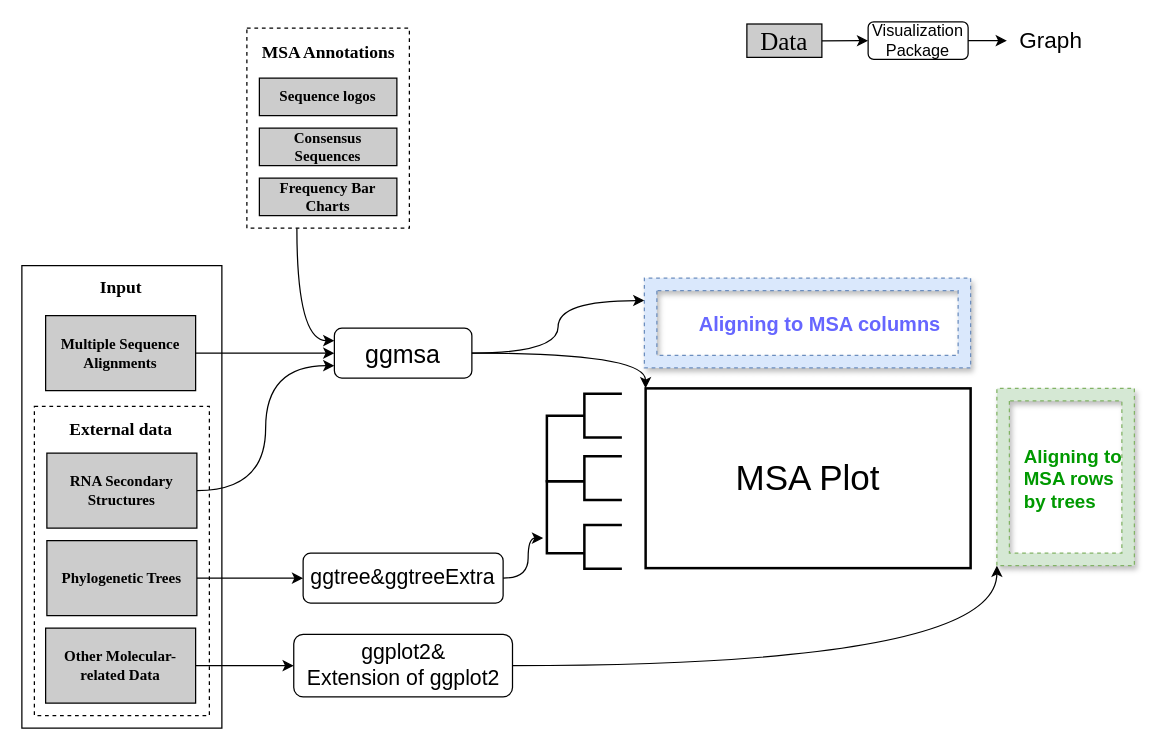
YuLab-SMU/supplemental-ggmsa keeps this draw.io diagram as draw.io/software_ecosystem.drawio. Above is the earlier version. Source tidied: cells renumbered, new cells numbered last; positions are measured from the earlier drawing's top-left corner, leaving out a move shared by most shapes. Both pictures are drawn from the tidied source at 125%, with x=0, y=0 at pixel (21, 21).
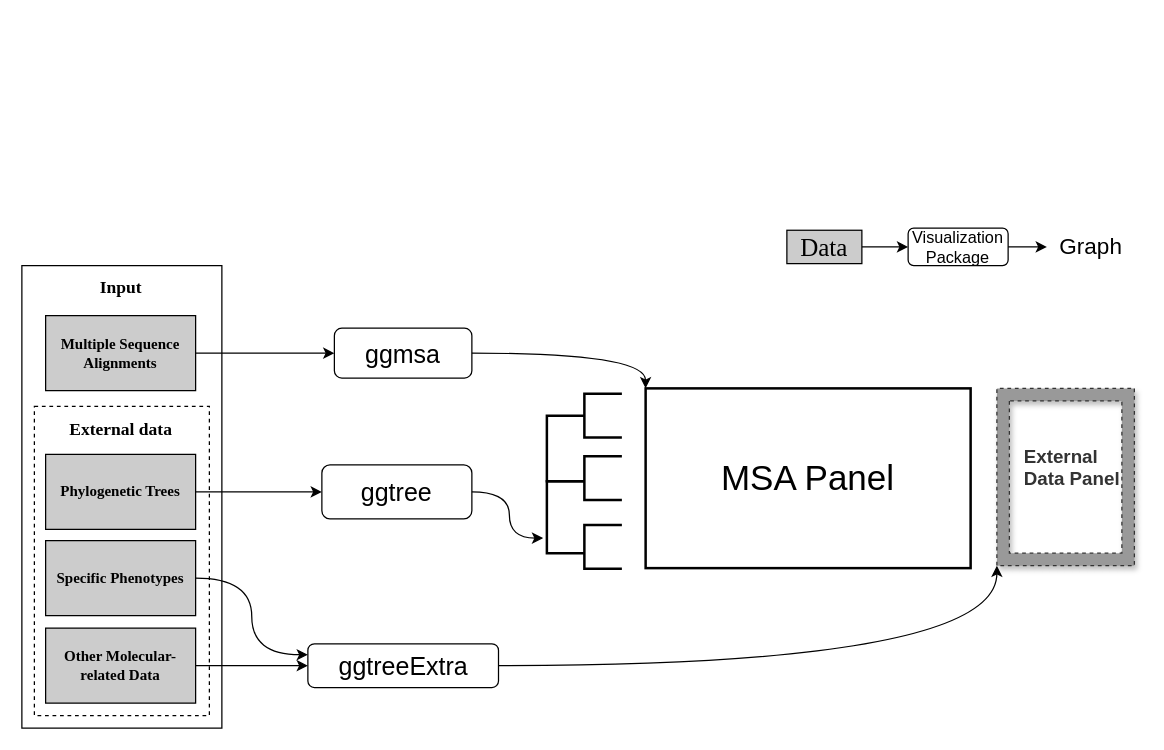
The same diagram, later.

Unchanged cells that the change refers to:
```xml
<mxCell id="16" value="&lt;font style=&quot;font-size: 20px&quot;&gt;ggmsa&lt;/font&gt;" style="rounded=1;whiteSpace=wrap;html=1;fillColor=none;strokeColor=#000000;" parent="1" vertex="1">
  <mxGeometry x="250" y="245" width="110" height="40" as="geometry" />
</mxCell>
<mxCell id="23" style="group;" parent="1" vertex="1">
  <mxGeometry x="420" y="205" width="470" height="232.5" as="geometry" />
</mxCell>
<mxCell id="34" style="group;" parent="23" vertex="1">
  <mxGeometry x="360" y="88.2" width="110" height="141.8" as="geometry" />
</mxCell>
```

Change to the diagram source:
```diff
@@
-    <mxCell id="2" style="edgeStyle=orthogonalEdgeStyle;curved=1;jettySize=auto;html=1;entryX=0;entryY=0.25;entryDx=0;entryDy=0;" parent="1" edge="1" source="3" target="16">
-      <mxGeometry relative="1" as="geometry">
-        <Array as="points">
-          <mxPoint x="220" y="255" />
-        </Array>
-      </mxGeometry>
-    </mxCell>
-    <mxCell id="3" style="verticalLabelPosition=bottom;verticalAlign=top;html=1;shape=mxgraph.basic.rect;fillColor2=none;strokeWidth=1;size=20;indent=5;fillColor=none;dashed=1;" parent="1" vertex="1">
-      <mxGeometry x="180" y="5" width="130" height="160" as="geometry" />
-    </mxCell>
@@
-    <mxCell id="6" style="edgeStyle=orthogonalEdgeStyle;curved=1;jettySize=auto;html=1;exitX=1;exitY=0.5;exitDx=0;exitDy=0;entryX=0;entryY=0.75;entryDx=0;entryDy=0;" parent="1" edge="1" source="7" target="16">
-      <mxGeometry relative="1" as="geometry" />
-    </mxCell>
-    <mxCell id="7" value="&lt;font face=&quot;Times New Roman&quot;&gt;&lt;b&gt;RNA Secondary Structures&lt;/b&gt;&lt;/font&gt;" style="rounded=0;whiteSpace=wrap;html=1;fillColor=#CCCCCC;" parent="1" vertex="1">
-      <mxGeometry x="20" y="345" width="120" height="60" as="geometry" />
-    </mxCell>
@@
     <mxCell id="11" value="&lt;font face=&quot;Times New Roman&quot;&gt;&lt;b&gt;Phylogenetic Trees&lt;/b&gt;&lt;/font&gt;" style="rounded=0;whiteSpace=wrap;html=1;fillColor=#CCCCCC;" parent="1" vertex="1">
-      <mxGeometry x="20" y="415" width="120" height="60" as="geometry" />
+      <mxGeometry x="19" y="346" width="120" height="60" as="geometry" />
     </mxCell>
@@
-    <mxCell id="15" style="edgeStyle=orthogonalEdgeStyle;curved=1;jettySize=auto;html=1;entryX=0;entryY=0;entryDx=0;entryDy=17.9375;entryPerimeter=0;" parent="1" edge="1" source="16" target="32">
-      <mxGeometry relative="1" as="geometry" />
-    </mxCell>
@@
-    <mxCell id="18" value="&lt;font style=&quot;font-size: 17px&quot;&gt;ggtree&amp;amp;ggtreeExtra&lt;/font&gt;" style="rounded=1;whiteSpace=wrap;html=1;strokeColor=#000000;fillColor=none;" parent="1" vertex="1">
-      <mxGeometry x="225" y="425" width="160" height="40" as="geometry" />
+    <mxCell id="18" value="&lt;font style=&quot;font-size: 20px&quot;&gt;ggtree&lt;/font&gt;" style="rounded=1;whiteSpace=wrap;html=1;strokeColor=#000000;fillColor=none;" parent="1" vertex="1">
+      <mxGeometry x="240" y="354.4" width="120" height="43.2" as="geometry" />
     </mxCell>
@@
-    <mxCell id="20" value="&lt;font style=&quot;font-size: 17px&quot;&gt;ggplot2&amp;amp;&lt;br&gt;Extension of ggplot2&lt;/font&gt;" style="rounded=1;whiteSpace=wrap;html=1;strokeColor=#000000;fillColor=none;" parent="1" vertex="1">
-      <mxGeometry x="217.5" y="490" width="175" height="50" as="geometry" />
+    <mxCell id="20" value="&lt;font style=&quot;font-size: 20px&quot;&gt;ggtreeExtra&lt;/font&gt;" style="rounded=1;whiteSpace=wrap;html=1;strokeColor=#000000;fillColor=none;" parent="1" vertex="1">
+      <mxGeometry x="228.8" y="497.5" width="152.5" height="35" as="geometry" />
     </mxCell>
@@
     <mxCell id="22" value="&lt;font face=&quot;Times New Roman&quot; style=&quot;font-size: 20px&quot;&gt;Data&lt;/font&gt;" style="rounded=0;whiteSpace=wrap;html=1;fillColor=#CCCCCC;" parent="1" vertex="1">
-      <mxGeometry x="580" y="1.7" width="60" height="26.7" as="geometry" />
+      <mxGeometry x="612" y="166.7" width="60" height="26.7" as="geometry" />
     </mxCell>
@@
-    <mxCell id="30" value="&lt;font style=&quot;font-size: 28px&quot;&gt;MSA Plot&lt;/font&gt;" style="rounded=0;whiteSpace=wrap;html=1;strokeColor=#000000;strokeWidth=2;fillColor=none;" parent="23" vertex="1">
+    <mxCell id="30" value="&lt;font style=&quot;font-size: 28px&quot;&gt;MSA Panel&lt;/font&gt;" style="rounded=0;whiteSpace=wrap;html=1;strokeColor=#000000;strokeWidth=2;fillColor=none;" parent="23" vertex="1">
       <mxGeometry x="79" y="88.2" width="260" height="143.8" as="geometry" />
     </mxCell>
-    <mxCell id="31" style="group;" parent="23" vertex="1">
-      <mxGeometry x="78" width="261" height="71.8" as="geometry" />
-    </mxCell>
-    <mxCell id="32" style="verticalLabelPosition=bottom;verticalAlign=top;html=1;shape=mxgraph.basic.frame;dx=10;strokeColor=#6c8ebf;fillColor=#dae8fc;shadow=1;dashed=1;" parent="31" vertex="1">
-      <mxGeometry width="261" height="71.8" as="geometry" />
-    </mxCell>
-    <mxCell id="33" value="&lt;font color=&quot;#6666ff&quot; style=&quot;font-size: 16px&quot;&gt;&lt;b&gt;Aligning to&amp;nbsp;MSA columns&lt;/b&gt;&lt;/font&gt;" style="text;html=1;" parent="31" vertex="1">
-      <mxGeometry x="42" y="20.9" width="160" height="30" as="geometry" />
-    </mxCell>
@@
-    <mxCell id="35" style="verticalLabelPosition=bottom;verticalAlign=top;html=1;shape=mxgraph.basic.frame;dx=10;strokeColor=#82b366;fillColor=#d5e8d4;shadow=1;dashed=1;" parent="34" vertex="1">
+    <mxCell id="35" style="verticalLabelPosition=bottom;verticalAlign=top;html=1;shape=mxgraph.basic.frame;dx=10;strokeColor=#333333;fillColor=#999999;shadow=1;dashed=1;" parent="34" vertex="1">
       <mxGeometry width="110" height="141.8" as="geometry" />
     </mxCell>
-    <mxCell id="36" value="&lt;span style=&quot;font-size: 15px&quot;&gt;&lt;font color=&quot;#009900&quot;&gt;&lt;b&gt;Aligning to&amp;nbsp;&lt;br&gt;MSA rows&amp;nbsp;&lt;br&gt;by trees&lt;/b&gt;&lt;/font&gt;&lt;/span&gt;" style="text;html=1;" parent="34" vertex="1">
+    <mxCell id="36" value="&lt;span style=&quot;font-size: 15px&quot;&gt;&lt;b&gt;&lt;font color=&quot;#333333&quot;&gt;External &lt;br&gt;Data Panel&lt;br&gt;&lt;/font&gt;&lt;/b&gt;&lt;/span&gt;" style="text;html=1;" parent="34" vertex="1">
       <mxGeometry x="20" y="38.9" width="80" height="65.9" as="geometry" />
     </mxCell>
@@
-    <mxCell id="39" value="&lt;font face=&quot;Times New Roman&quot;&gt;&lt;b&gt;Sequence logos&lt;/b&gt;&lt;/font&gt;" style="rounded=0;whiteSpace=wrap;html=1;fillColor=#CCCCCC;" parent="1" vertex="1">
-      <mxGeometry x="190" y="45" width="110" height="30" as="geometry" />
-    </mxCell>
-    <mxCell id="40" value="&lt;font face=&quot;Times New Roman&quot;&gt;&lt;b&gt;Consensus Sequences&lt;/b&gt;&lt;/font&gt;" style="rounded=0;whiteSpace=wrap;html=1;fillColor=#CCCCCC;" parent="1" vertex="1">
-      <mxGeometry x="190" y="85" width="110" height="30" as="geometry" />
-    </mxCell>
-    <mxCell id="41" value="&lt;font face=&quot;Times New Roman&quot;&gt;&lt;b&gt;Frequency Bar Charts&lt;/b&gt;&lt;/font&gt;" style="rounded=0;whiteSpace=wrap;html=1;fillColor=#CCCCCC;" parent="1" vertex="1">
-      <mxGeometry x="190" y="125" width="110" height="30" as="geometry" />
-    </mxCell>
-    <mxCell id="42" value="&lt;font style=&quot;font-size: 14px&quot; face=&quot;Times New Roman&quot;&gt;&lt;b&gt;MSA Annotations&lt;/b&gt;&lt;/font&gt;" style="text;html=1;align=center;verticalAlign=middle;" parent="1" vertex="1">
-      <mxGeometry x="185" y="15" width="120" height="20" as="geometry" />
-    </mxCell>
@@
     <mxCell id="44" value="&lt;font style=&quot;font-size: 13px&quot;&gt;Visualization&lt;br&gt;Package&lt;/font&gt;" style="rounded=1;whiteSpace=wrap;html=1;fillColor=none;strokeColor=#000000;" parent="1" vertex="1">
-      <mxGeometry x="677" width="80" height="30" as="geometry" />
+      <mxGeometry x="709" y="165" width="80" height="30" as="geometry" />
     </mxCell>
     <mxCell id="45" value="&lt;font style=&quot;font-size: 18px&quot;&gt;Graph&lt;/font&gt;" style="text;html=1;align=center;verticalAlign=middle;points=[];" parent="1" vertex="1">
-      <mxGeometry x="788" y="5" width="70" height="20" as="geometry" />
+      <mxGeometry x="820" y="170" width="70" height="20" as="geometry" />
     </mxCell>
+    <mxCell id="46" style="edgeStyle=orthogonalEdgeStyle;jettySize=auto;html=1;entryX=0;entryY=0.25;entryDx=0;entryDy=0;curved=1;" parent="1" edge="1" source="47" target="20">
+      <mxGeometry relative="1" as="geometry" />
+    </mxCell>
+    <mxCell id="47" value="&lt;font face=&quot;Times New Roman&quot;&gt;&lt;b&gt;Specific Phenotypes&lt;/b&gt;&lt;/font&gt;" style="rounded=0;whiteSpace=wrap;html=1;fillColor=#CCCCCC;" parent="1" vertex="1">
+      <mxGeometry x="19" y="415" width="120" height="60" as="geometry" />
+    </mxCell>
```
